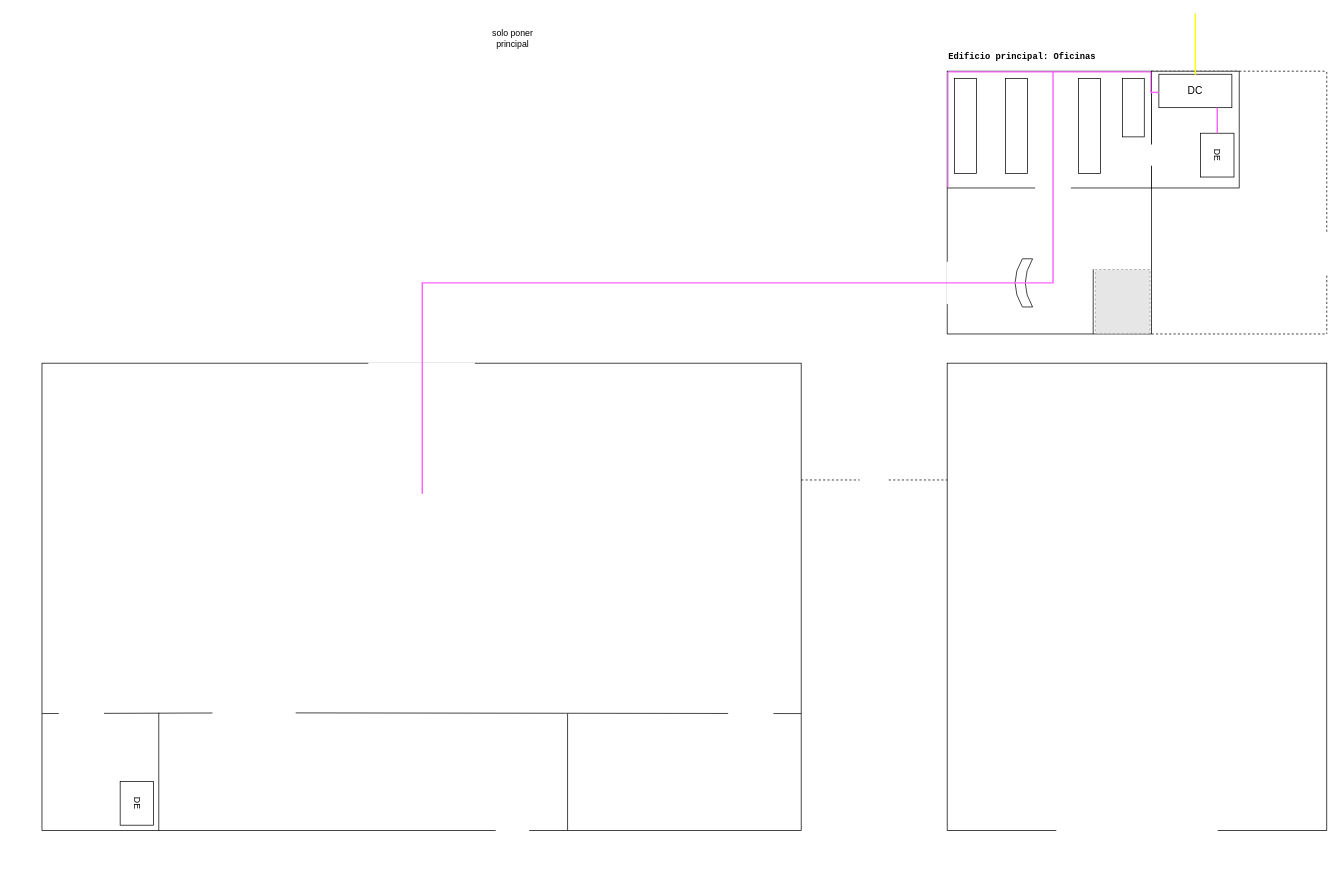
Before: SMRL_Plano_General_Campus.drawio in cnrxad/smrl-draw.io, a draw.io diagram. Source tidied: cells renumbered, new cells numbered last; positions are measured from the earlier drawing's top-left corner, leaving out a move shared by most shapes. Both pictures are drawn from the tidied source at 73%, with x=0, y=0 at pixel (42, 13). Pictures stored in the file or linked from it are replaced by grey dashed boxes.
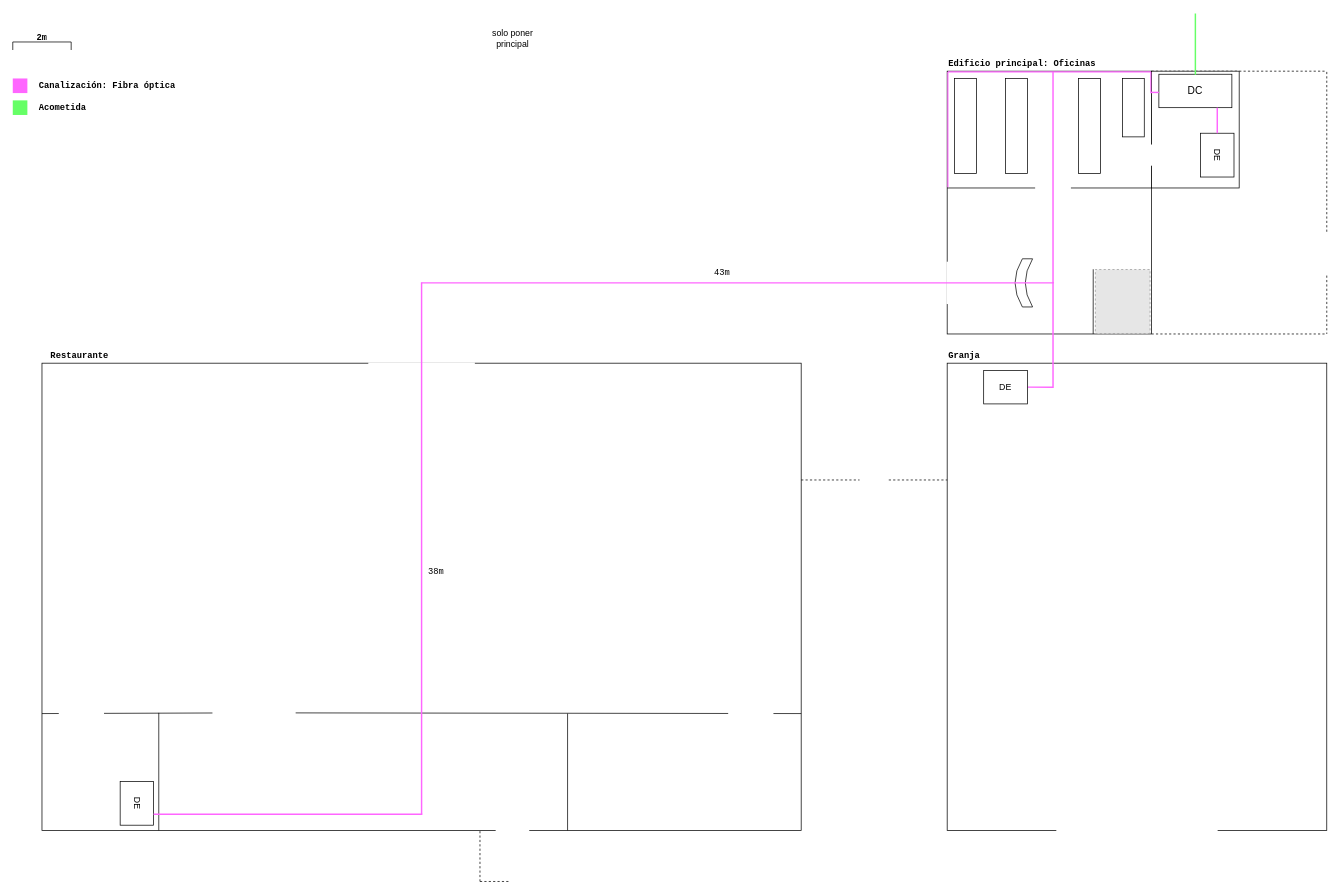
The same diagram, later.

The change refers to these unchanged cells:
```xml
<mxCell id="47" value="DE" style="rounded=0;whiteSpace=wrap;html=1;glass=0;shadow=0;rotation=90;" parent="1" vertex="1">
  <mxGeometry x="100" y="1059" width="60" height="45.8" as="geometry" />
</mxCell>
```

What changed in the source:
```diff
@@
     <mxCell id="39" value="&lt;div align=&quot;left&quot;&gt;&lt;font face=&quot;Courier New&quot;&gt;&lt;b&gt;Edificio principal: Oficinas&lt;/b&gt;&lt;/font&gt;&lt;/div&gt;" style="text;html=1;whiteSpace=wrap;strokeColor=none;fillColor=none;align=left;verticalAlign=middle;rounded=0;" parent="1" vertex="1">
-      <mxGeometry x="1240" y="49" width="395" height="20" as="geometry" />
+      <mxGeometry x="1240" y="58" width="395" height="20" as="geometry" />
     </mxCell>
@@
-    <mxCell id="42" style="endArrow=none;html=1;rounded=0;strokeColor=light-dark(#FF66FF,#FF66FF);endSize=6;startSize=6;sourcePerimeterSpacing=0;strokeWidth=2;flowAnimation=0;shadow=0;" parent="1" edge="1">
+    <mxCell id="42" style="endArrow=none;html=1;rounded=0;strokeColor=light-dark(#FF66FF,#FF66FF);endSize=6;startSize=6;sourcePerimeterSpacing=0;strokeWidth=2;flowAnimation=0;shadow=0;exitX=0.5;exitY=0.641;exitDx=0;exitDy=0;exitPerimeter=0;" parent="1" edge="1">
       <mxGeometry relative="1" as="geometry">
-        <mxPoint x="521" y="658" as="sourcePoint" />
-        <mxPoint x="521" y="369" as="targetPoint" />
+        <mxPoint x="520" y="1097.2" as="sourcePoint" />
+        <mxPoint x="520" y="368" as="targetPoint" />
       </mxGeometry>
     </mxCell>
@@
-    <mxCell id="48" style="endArrow=none;html=1;rounded=0;strokeColor=light-dark(#ffff00, #FF66FF);endSize=6;startSize=6;sourcePerimeterSpacing=0;strokeWidth=2;exitX=0;exitY=0.5;exitDx=0;exitDy=0;" parent="1" edge="1">
+    <mxCell id="48" style="endArrow=none;html=1;rounded=0;strokeColor=light-dark(#66FF66,#FF66FF);endSize=6;startSize=6;sourcePerimeterSpacing=0;strokeWidth=2;exitX=0;exitY=0.5;exitDx=0;exitDy=0;" parent="1" edge="1">
       <mxGeometry relative="1" as="geometry">
         <mxPoint x="1580" y="84" as="sourcePoint" />
         <mxPoint x="1580" as="targetPoint" />
       </mxGeometry>
     </mxCell>
+    <mxCell id="49" style="whiteSpace=wrap;html=1;fillColor=light-dark(#FF66FF,#FF66FF);strokeColor=none;" parent="1" vertex="1">
+      <mxGeometry x="-40" y="89" width="20" height="20" as="geometry" />
+    </mxCell>
+    <mxCell id="50" style="whiteSpace=wrap;html=1;fillColor=light-dark(#66FF66,#FF66FF);strokeColor=none;" parent="1" vertex="1">
+      <mxGeometry x="-40" y="119" width="20" height="20" as="geometry" />
+    </mxCell>
+    <mxCell id="51" value="&lt;div&gt;&lt;font face=&quot;Courier New&quot;&gt;&lt;b&gt;Canalización: Fibra óptica&lt;/b&gt;&lt;/font&gt;&lt;/div&gt;" style="text;strokeColor=none;fillColor=none;align=left;verticalAlign=middle;spacingLeft=4;spacingRight=4;overflow=hidden;whiteSpace=wrap;html=1;" parent="1" vertex="1">
+      <mxGeometry x="-10" y="84" width="290" height="30" as="geometry" />
+    </mxCell>
+    <mxCell id="52" value="&lt;font face=&quot;Courier New&quot;&gt;&lt;b&gt;Acometida&lt;/b&gt;&lt;/font&gt;" style="text;strokeColor=none;fillColor=none;align=left;verticalAlign=middle;spacingLeft=4;spacingRight=4;overflow=hidden;whiteSpace=wrap;html=1;" parent="1" vertex="1">
+      <mxGeometry x="-10" y="114" width="170" height="30" as="geometry" />
+    </mxCell>
+    <mxCell id="53" style="endArrow=none;html=1;rounded=0;strokeColor=light-dark(#FF66FF,#FF66FF);strokeWidth=2;exitX=0.75;exitY=0;exitDx=0;exitDy=0;" parent="1" edge="1" source="47">
+      <mxGeometry relative="1" as="geometry">
+        <mxPoint x="521" y="1097" as="targetPoint" />
+      </mxGeometry>
+    </mxCell>
+    <mxCell id="54" style="endArrow=none;dashed=1;html=1;rounded=0;" parent="1" edge="1">
+      <mxGeometry relative="1" as="geometry">
+        <mxPoint x="600" y="1189" as="sourcePoint" />
+        <mxPoint x="600" y="1119" as="targetPoint" />
+      </mxGeometry>
+    </mxCell>
+    <mxCell id="55" style="endArrow=none;dashed=1;html=1;rounded=0;" parent="1" edge="1">
+      <mxGeometry relative="1" as="geometry">
+        <mxPoint x="600" y="1189" as="sourcePoint" />
+        <mxPoint x="640" y="1189" as="targetPoint" />
+      </mxGeometry>
+    </mxCell>
+    <mxCell id="56" value="&lt;font face=&quot;Courier New&quot;&gt;&lt;b&gt;Granja&lt;/b&gt;&lt;/font&gt;" style="text;html=1;whiteSpace=wrap;strokeColor=none;fillColor=none;align=left;verticalAlign=middle;rounded=0;" parent="1" vertex="1">
+      <mxGeometry x="1240" y="459" width="395" height="20" as="geometry" />
+    </mxCell>
+    <mxCell id="57" value="&lt;font face=&quot;Courier New&quot;&gt;&lt;b&gt;Restaurante&lt;/b&gt;&lt;/font&gt;" style="text;html=1;whiteSpace=wrap;strokeColor=none;fillColor=none;align=left;verticalAlign=middle;rounded=0;" parent="1" vertex="1">
+      <mxGeometry x="10" y="459" width="395" height="20" as="geometry" />
+    </mxCell>
+    <mxCell id="58" style="endArrow=none;html=1;rounded=0;strokeColor=light-dark(#FF66FF,#FF66FF);endSize=6;startSize=6;sourcePerimeterSpacing=0;strokeWidth=2;flowAnimation=0;shadow=0;" parent="1" edge="1">
+      <mxGeometry relative="1" as="geometry">
+        <mxPoint x="1385" y="513" as="sourcePoint" />
+        <mxPoint x="1385" y="368" as="targetPoint" />
+      </mxGeometry>
+    </mxCell>
+    <mxCell id="59" style="endArrow=none;html=1;rounded=0;strokeColor=light-dark(#FF66FF,#FF66FF);endSize=6;startSize=6;sourcePerimeterSpacing=0;strokeWidth=2;" parent="1" edge="1">
+      <mxGeometry relative="1" as="geometry">
+        <mxPoint x="1350" y="511.8" as="sourcePoint" />
+        <mxPoint x="1385" y="512" as="targetPoint" />
+      </mxGeometry>
+    </mxCell>
+    <mxCell id="60" value="DE" style="rounded=0;whiteSpace=wrap;html=1;glass=0;shadow=0;rotation=0;" parent="1" vertex="1">
+      <mxGeometry x="1290" y="489" width="60" height="45.8" as="geometry" />
+    </mxCell>
+    <mxCell id="61" value="&lt;div align=&quot;center&quot;&gt;&lt;font face=&quot;Courier New&quot;&gt;43m&lt;/font&gt;&lt;/div&gt;" style="text;strokeColor=none;fillColor=none;align=center;verticalAlign=middle;spacingLeft=4;spacingRight=4;overflow=hidden;whiteSpace=wrap;html=1;" parent="1" vertex="1">
+      <mxGeometry x="892" y="340" width="80" height="30" as="geometry" />
+    </mxCell>
+    <mxCell id="62" value="&lt;font face=&quot;Courier New&quot;&gt;&lt;b&gt;2m&lt;/b&gt;&lt;/font&gt;" style="text;strokeColor=none;fillColor=none;align=left;verticalAlign=middle;spacingLeft=4;spacingRight=4;overflow=hidden;whiteSpace=wrap;html=1;" parent="1" vertex="1">
+      <mxGeometry x="-13" y="18" width="170" height="30" as="geometry" />
+    </mxCell>
+    <mxCell id="63" style="endArrow=none;html=1;rounded=0;" parent="1" edge="1">
+      <mxGeometry relative="1" as="geometry">
+        <mxPoint x="-40" y="39" as="sourcePoint" />
+        <mxPoint x="40" y="39" as="targetPoint" />
+      </mxGeometry>
+    </mxCell>
+    <mxCell id="64" style="endArrow=none;html=1;rounded=0;" parent="1" edge="1">
+      <mxGeometry relative="1" as="geometry">
+        <mxPoint x="-40" y="39" as="sourcePoint" />
+        <mxPoint x="-40" y="50" as="targetPoint" />
+      </mxGeometry>
+    </mxCell>
+    <mxCell id="65" style="endArrow=none;html=1;rounded=0;" parent="1" edge="1">
+      <mxGeometry relative="1" as="geometry">
+        <mxPoint x="40" y="39" as="sourcePoint" />
+        <mxPoint x="40" y="50" as="targetPoint" />
+      </mxGeometry>
+    </mxCell>
+    <mxCell id="66" value="&lt;div align=&quot;center&quot;&gt;&lt;font face=&quot;Courier New&quot;&gt;38m&lt;/font&gt;&lt;/div&gt;" style="text;strokeColor=none;fillColor=none;align=center;verticalAlign=middle;spacingLeft=4;spacingRight=4;overflow=hidden;whiteSpace=wrap;html=1;" parent="1" vertex="1">
+      <mxGeometry x="500" y="749" width="80" height="30" as="geometry" />
+    </mxCell>
```
